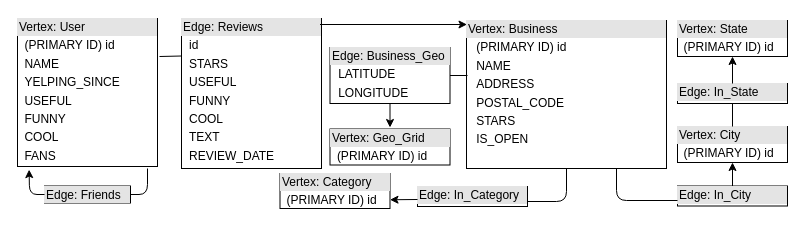
Earlier version of the draw.io diagram providentia-docs/report/drawio/tigergraph-design.drawio (DavidBakerEffendi/providentia). Source tidied: cells renumbered, new cells numbered last; positions are measured from the earlier drawing's top-left corner, leaving out a move shared by most shapes. Both pictures are drawn from the tidied source at 100%, with x=0, y=0 at pixel (17, 18).
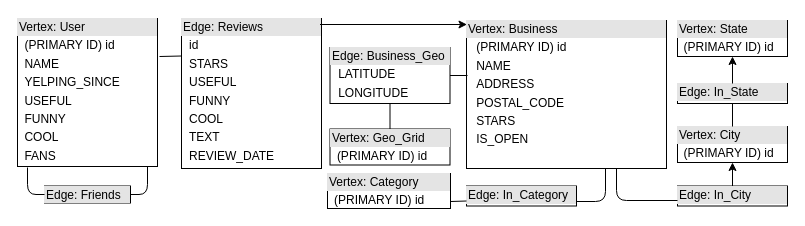
After the change.

Unchanged cells that the change refers to:
```xml
<mxCell id="3" value="&lt;div style=&quot;box-sizing: border-box ; width: 100% ; background: #e4e4e4 ; padding: 2px&quot;&gt;Vertex: Business&lt;/div&gt;&lt;table style=&quot;width: 100% ; font-size: 1em&quot; cellpadding=&quot;2&quot; cellspacing=&quot;0&quot;&gt;&lt;tbody&gt;&lt;tr&gt;&lt;td&gt;&lt;br&gt;&lt;/td&gt;&lt;td&gt;(PRIMARY ID) id&lt;/td&gt;&lt;/tr&gt;&lt;tr&gt;&lt;td&gt;&lt;br&gt;&lt;/td&gt;&lt;td&gt;NAME&lt;/td&gt;&lt;/tr&gt;&lt;tr&gt;&lt;td&gt;&lt;br&gt;&lt;/td&gt;&lt;td&gt;ADDRESS&lt;/td&gt;&lt;/tr&gt;&lt;tr&gt;&lt;td&gt;&lt;br&gt;&lt;/td&gt;&lt;td&gt;POSTAL_CODE&lt;/td&gt;&lt;/tr&gt;&lt;tr&gt;&lt;td&gt;&lt;br&gt;&lt;/td&gt;&lt;td&gt;STARS&lt;/td&gt;&lt;/tr&gt;&lt;tr&gt;&lt;td&gt;&lt;br&gt;&lt;/td&gt;&lt;td&gt;IS_OPEN&lt;/td&gt;&lt;/tr&gt;&lt;/tbody&gt;&lt;/table&gt;" style="verticalAlign=top;align=left;overflow=fill;html=1;" parent="1" vertex="1">
  <mxGeometry x="449" y="2" width="200" height="148" as="geometry" />
</mxCell>
<mxCell id="5" value="&lt;div style=&quot;box-sizing: border-box ; width: 100% ; background: #e4e4e4 ; padding: 2px&quot;&gt;Edge: Friends&lt;/div&gt;&lt;table style=&quot;width: 100% ; font-size: 1em&quot; cellpadding=&quot;2&quot; cellspacing=&quot;0&quot;&gt;&lt;tbody&gt;&lt;/tbody&gt;&lt;/table&gt;" style="verticalAlign=top;align=left;overflow=fill;html=1;" parent="1" vertex="1">
  <mxGeometry x="27" y="167.5" width="86" height="17" as="geometry" />
</mxCell>
<mxCell id="6" value="&lt;div style=&quot;box-sizing: border-box ; width: 100% ; background: #e4e4e4 ; padding: 2px&quot;&gt;Vertex: User&lt;/div&gt;&lt;table style=&quot;width: 100% ; font-size: 1em&quot; cellpadding=&quot;2&quot; cellspacing=&quot;0&quot;&gt;&lt;tbody&gt;&lt;tr&gt;&lt;td&gt;&lt;br&gt;&lt;/td&gt;&lt;td&gt;(PRIMARY ID) id&lt;/td&gt;&lt;/tr&gt;&lt;tr&gt;&lt;td&gt;&lt;br&gt;&lt;/td&gt;&lt;td&gt;NAME&lt;/td&gt;&lt;/tr&gt;&lt;tr&gt;&lt;td&gt;&lt;br&gt;&lt;/td&gt;&lt;td&gt;YELPING_SINCE&lt;/td&gt;&lt;/tr&gt;&lt;tr&gt;&lt;td&gt;&lt;br&gt;&lt;/td&gt;&lt;td&gt;USEFUL&lt;/td&gt;&lt;/tr&gt;&lt;tr&gt;&lt;td&gt;&lt;br&gt;&lt;/td&gt;&lt;td&gt;FUNNY&lt;/td&gt;&lt;/tr&gt;&lt;tr&gt;&lt;td&gt;&lt;br&gt;&lt;/td&gt;&lt;td&gt;COOL&lt;/td&gt;&lt;/tr&gt;&lt;tr&gt;&lt;td&gt;&lt;br&gt;&lt;/td&gt;&lt;td&gt;FANS&lt;/td&gt;&lt;/tr&gt;&lt;/tbody&gt;&lt;/table&gt;" style="verticalAlign=top;align=left;overflow=fill;html=1;" parent="1" vertex="1">
  <mxGeometry width="140" height="148" as="geometry" />
</mxCell>
<mxCell id="22" value="&lt;div style=&quot;box-sizing: border-box ; width: 100% ; background: #e4e4e4 ; padding: 2px&quot;&gt;Vertex: Geo_Grid&lt;/div&gt;&lt;table style=&quot;width: 100% ; font-size: 1em&quot; cellpadding=&quot;2&quot; cellspacing=&quot;0&quot;&gt;&lt;tbody&gt;&lt;tr&gt;&lt;td&gt;&lt;br&gt;&lt;/td&gt;&lt;td&gt;(PRIMARY ID) id&lt;/td&gt;&lt;/tr&gt;&lt;tr&gt;&lt;td&gt;&lt;/td&gt;&lt;td&gt;&lt;br&gt;&lt;/td&gt;&lt;/tr&gt;&lt;/tbody&gt;&lt;/table&gt;" style="verticalAlign=top;align=left;overflow=fill;html=1;" parent="1" vertex="1">
  <mxGeometry x="312.5" y="110.5" width="120" height="36" as="geometry" />
</mxCell>
<mxCell id="23" value="&lt;div style=&quot;box-sizing: border-box ; width: 100% ; background: #e4e4e4 ; padding: 2px&quot;&gt;Edge: Business_Geo&lt;/div&gt;&lt;table style=&quot;width: 100% ; font-size: 1em&quot; cellpadding=&quot;2&quot; cellspacing=&quot;0&quot;&gt;&lt;tbody&gt;&lt;tr&gt;&lt;td&gt;&lt;br&gt;&lt;/td&gt;&lt;td&gt;LATITUDE&lt;/td&gt;&lt;/tr&gt;&lt;tr&gt;&lt;td&gt;&lt;br&gt;&lt;/td&gt;&lt;td&gt;LONGITUDE&lt;/td&gt;&lt;/tr&gt;&lt;tr&gt;&lt;td&gt;&lt;/td&gt;&lt;td&gt;&lt;br&gt;&lt;/td&gt;&lt;/tr&gt;&lt;/tbody&gt;&lt;/table&gt;" style="verticalAlign=top;align=left;overflow=fill;html=1;rounded=0;glass=0;" parent="1" vertex="1">
  <mxGeometry x="312.5" y="29" width="120" height="56" as="geometry" />
</mxCell>
```

Change to the diagram source:
```diff
@@
     <mxCell id="4" value="&lt;div style=&quot;box-sizing: border-box ; width: 100% ; background: #e4e4e4 ; padding: 2px&quot;&gt;Vertex: Category&lt;/div&gt;&lt;table style=&quot;width: 100% ; font-size: 1em&quot; cellpadding=&quot;2&quot; cellspacing=&quot;0&quot;&gt;&lt;tbody&gt;&lt;tr&gt;&lt;td&gt;&lt;br&gt;&lt;/td&gt;&lt;td&gt;(PRIMARY ID) id&lt;/td&gt;&lt;/tr&gt;&lt;/tbody&gt;&lt;/table&gt;" style="verticalAlign=top;align=left;overflow=fill;html=1;" parent="1" vertex="1">
-      <mxGeometry x="262.5" y="155" width="110" height="35" as="geometry" />
+      <mxGeometry x="310" y="155" width="123" height="35" as="geometry" />
     </mxCell>
@@
     <mxCell id="8" value="&lt;div style=&quot;box-sizing: border-box ; width: 100% ; background: #e4e4e4 ; padding: 2px&quot;&gt;Edge: In_Category&lt;/div&gt;&lt;table style=&quot;width: 100% ; font-size: 1em&quot; cellpadding=&quot;2&quot; cellspacing=&quot;0&quot;&gt;&lt;tbody&gt;&lt;/tbody&gt;&lt;/table&gt;" style="verticalAlign=top;align=left;overflow=fill;html=1;" parent="1" vertex="1">
-      <mxGeometry x="400" y="168" width="110" height="20" as="geometry" />
+      <mxGeometry x="449" y="167.5" width="110" height="20" as="geometry" />
     </mxCell>
@@
-    <mxCell id="12" style="endArrow=classic;html=1;exitX=0;exitY=0.5;exitDx=0;exitDy=0;entryX=0.083;entryY=1.021;entryDx=0;entryDy=0;entryPerimeter=0;" parent="1" edge="1" source="5" target="6">
-      <mxGeometry relative="1" as="geometry">
-        <Array as="points">
-          <mxPoint x="12" y="176" />
-        </Array>
-      </mxGeometry>
-    </mxCell>
     <mxCell id="13" style="endArrow=none;html=1;exitX=1;exitY=0.5;exitDx=0;exitDy=0;" parent="1" edge="1" source="5">
       <mxGeometry relative="1" as="geometry">
-        <mxPoint x="130" y="150" as="targetPoint" />
+        <mxPoint x="130" y="148" as="targetPoint" />
         <Array as="points">
           <mxPoint x="130" y="176" />
         </Array>
       </mxGeometry>
     </mxCell>
@@
-    <mxCell id="20" style="endArrow=none;html=1;entryX=0.5;entryY=1;entryDx=0;entryDy=0;exitX=1;exitY=0.75;exitDx=0;exitDy=0;" parent="1" edge="1" source="8" target="3">
+    <mxCell id="20" style="endArrow=none;html=1;entryX=0.695;entryY=1;entryDx=0;entryDy=0;entryPerimeter=0;" parent="1" edge="1" target="3">
       <mxGeometry relative="1" as="geometry">
+        <mxPoint x="559" y="183" as="sourcePoint" />
         <Array as="points">
-          <mxPoint x="549" y="183" />
+          <mxPoint x="588" y="183" />
         </Array>
       </mxGeometry>
     </mxCell>
-    <mxCell id="21" style="endArrow=classic;html=1;entryX=1;entryY=0.75;entryDx=0;entryDy=0;" parent="1" edge="1" target="4">
-      <mxGeometry relative="1" as="geometry">
-        <mxPoint x="400" y="181" as="sourcePoint" />
-      </mxGeometry>
-    </mxCell>
@@
-    <mxCell id="25" style="endArrow=classic;html=1;exitX=0.5;exitY=1;exitDx=0;exitDy=0;" parent="1" edge="1" source="23">
-      <mxGeometry relative="1" as="geometry">
-        <mxPoint x="372.5" y="109" as="targetPoint" />
-      </mxGeometry>
-    </mxCell>
+    <mxCell id="26" style="endArrow=none;html=1;exitX=0;exitY=0.5;exitDx=0;exitDy=0;" parent="1" edge="1" source="5">
+      <mxGeometry relative="1" as="geometry">
+        <mxPoint x="10" y="149" as="targetPoint" />
+        <Array as="points">
+          <mxPoint x="10" y="176" />
+        </Array>
+      </mxGeometry>
+    </mxCell>
+    <mxCell id="27" style="endArrow=none;html=1;entryX=0;entryY=0.75;entryDx=0;entryDy=0;" parent="1" edge="1" target="8">
+      <mxGeometry relative="1" as="geometry">
+        <mxPoint x="433" y="183" as="sourcePoint" />
+      </mxGeometry>
+    </mxCell>
+    <mxCell id="28" style="endArrow=none;html=1;entryX=0.5;entryY=1;entryDx=0;entryDy=0;" parent="1" edge="1" source="22" target="23">
+      <mxGeometry relative="1" as="geometry" />
+    </mxCell>
```
